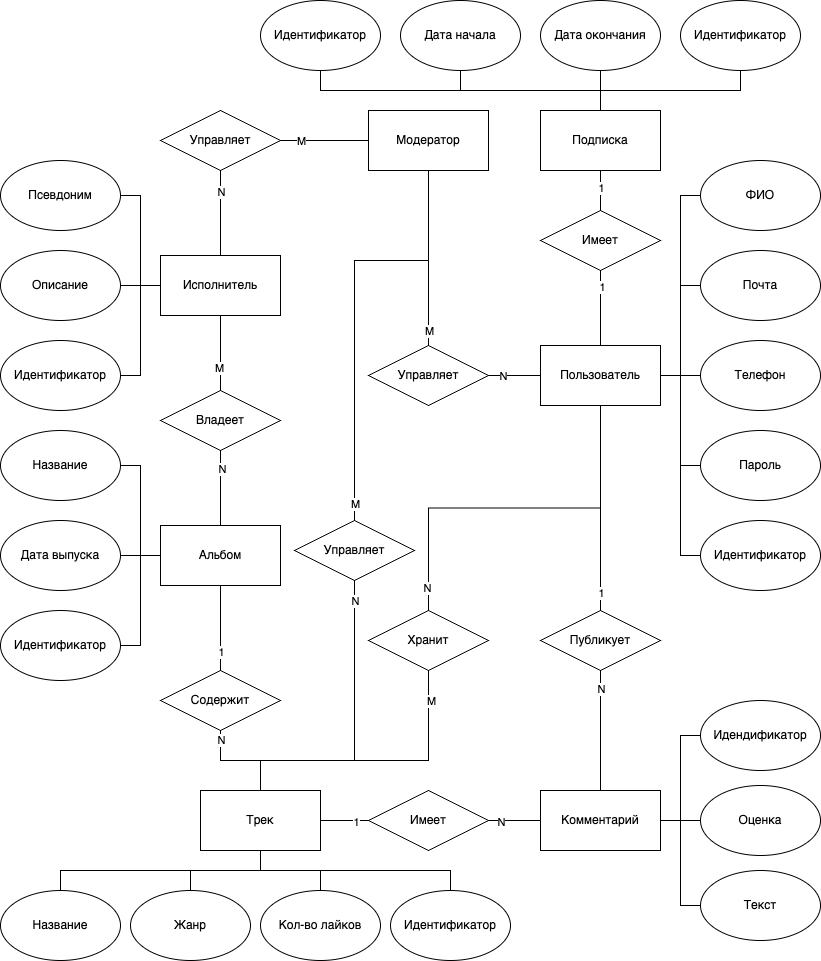
hanoys/sigma-music keeps this draw.io diagram as pics/er.png. Above is the earlier version. Source tidied: cells renumbered, new cells last; positions are measured from the earlier drawing's top-left corner, leaving out a move shared by most shapes.
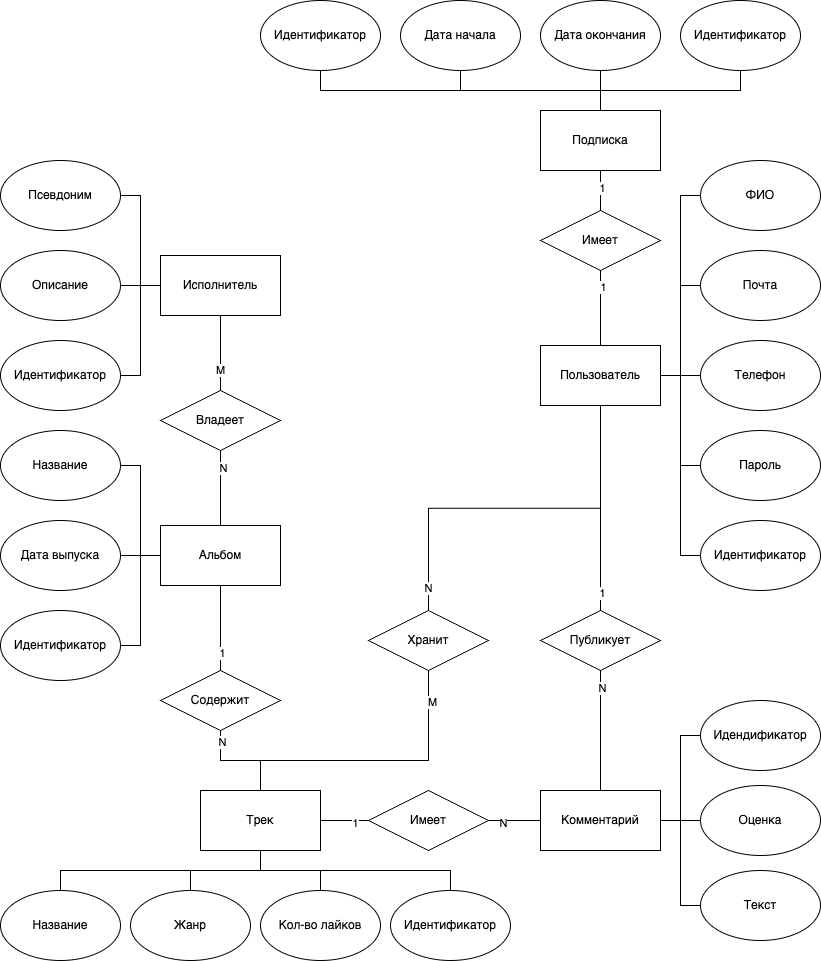
After the commit.

The edit, as a diff of the source:
```diff
@@ -20,21 +20,21 @@
     <mxCell id="7" style="edgeStyle=orthogonalEdgeStyle;rounded=0;jettySize=auto;html=1;exitX=0.5;exitY=0;exitDx=0;exitDy=0;entryX=0.5;entryY=1;entryDx=0;entryDy=0;endArrow=none;endFill=0;" parent="1" edge="1" source="13" target="64">
       <mxGeometry relative="1" as="geometry" />
     </mxCell>
-    <mxCell id="8" value="1" style="edgeLabel;html=1;align=center;verticalAlign=middle;" parent="7" vertex="1">
-      <mxGeometry x="0.57" y="-1" relative="1" as="geometry" />
-    </mxCell>
+    <mxCell id="98" value="1" style="edgeLabel;html=1;align=center;verticalAlign=middle;" parent="7" vertex="1">
+      <mxGeometry x="0.57" y="-1" relative="1" as="geometry" />
+    </mxCell>
     <mxCell id="9" style="edgeStyle=orthogonalEdgeStyle;rounded=0;jettySize=auto;html=1;exitX=0.5;exitY=1;exitDx=0;exitDy=0;entryX=0.5;entryY=0;entryDx=0;entryDy=0;endArrow=none;endFill=0;" parent="1" edge="1" source="13" target="67">
       <mxGeometry relative="1" as="geometry" />
     </mxCell>
-    <mxCell id="10" value="N" style="edgeLabel;html=1;align=center;verticalAlign=middle;" parent="9" vertex="1">
-      <mxGeometry x="0.88" y="-2" relative="1" as="geometry" />
-    </mxCell>
+    <mxCell id="99" value="N" style="edgeLabel;html=1;align=center;verticalAlign=middle;" parent="9" vertex="1">
+      <mxGeometry x="0.88" y="-2" relative="1" as="geometry" />
+    </mxCell>
     <mxCell id="11" style="edgeStyle=orthogonalEdgeStyle;rounded=0;jettySize=auto;html=1;exitX=0.5;exitY=1;exitDx=0;exitDy=0;entryX=0.5;entryY=0;entryDx=0;entryDy=0;endArrow=none;endFill=0;" parent="1" edge="1" source="13" target="97">
       <mxGeometry relative="1" as="geometry" />
     </mxCell>
-    <mxCell id="12" value="1" style="edgeLabel;html=1;align=center;verticalAlign=middle;" parent="11" vertex="1">
-      <mxGeometry x="0.82" relative="1" as="geometry" />
-    </mxCell>
+    <mxCell id="100" value="1" style="edgeLabel;html=1;align=center;verticalAlign=middle;" parent="11" vertex="1">
+      <mxGeometry x="0.82" relative="1" as="geometry" />
+    </mxCell>
     <mxCell id="13" value="Пользователь" style="rounded=0;whiteSpace=wrap;html=1;" parent="1" vertex="1">
       <mxGeometry x="540" y="345" width="120" height="60" as="geometry" />
     </mxCell>
@@ -65,9 +65,9 @@
     <mxCell id="22" style="edgeStyle=orthogonalEdgeStyle;rounded=0;jettySize=auto;html=1;exitX=1;exitY=0.5;exitDx=0;exitDy=0;entryX=0;entryY=0.5;entryDx=0;entryDy=0;endArrow=none;endFill=0;" parent="1" edge="1" source="24" target="87">
       <mxGeometry relative="1" as="geometry" />
     </mxCell>
-    <mxCell id="23" value="1" style="edgeLabel;html=1;align=center;verticalAlign=middle;" parent="22" vertex="1">
-      <mxGeometry x="0.44" y="-1" relative="1" as="geometry" />
-    </mxCell>
+    <mxCell id="101" value="1" style="edgeLabel;html=1;align=center;verticalAlign=middle;" parent="22" vertex="1">
+      <mxGeometry x="0.44" y="-1" relative="1" as="geometry" />
+    </mxCell>
     <mxCell id="24" value="Трек" style="rounded=0;whiteSpace=wrap;html=1;" parent="1" vertex="1">
       <mxGeometry x="200" y="790" width="120" height="60" as="geometry" />
     </mxCell>
@@ -92,9 +92,9 @@
     <mxCell id="31" style="edgeStyle=orthogonalEdgeStyle;rounded=0;jettySize=auto;html=1;exitX=0.5;exitY=1;exitDx=0;exitDy=0;entryX=0.5;entryY=0;entryDx=0;entryDy=0;endArrow=none;endFill=0;" parent="1" edge="1" source="33" target="50">
       <mxGeometry relative="1" as="geometry" />
     </mxCell>
-    <mxCell id="32" value="M" style="edgeLabel;html=1;align=center;verticalAlign=middle;" parent="31" vertex="1">
-      <mxGeometry x="0.39" y="-2" relative="1" as="geometry" />
-    </mxCell>
+    <mxCell id="102" value="M" style="edgeLabel;html=1;align=center;verticalAlign=middle;" parent="31" vertex="1">
+      <mxGeometry x="0.39" y="-2" relative="1" as="geometry" />
+    </mxCell>
     <mxCell id="33" value="Исполнитель" style="rounded=0;whiteSpace=wrap;html=1;" parent="1" vertex="1">
       <mxGeometry x="160" y="255" width="120" height="60" as="geometry" />
     </mxCell>
@@ -116,9 +116,9 @@
     <mxCell id="39" style="edgeStyle=orthogonalEdgeStyle;rounded=0;jettySize=auto;html=1;exitX=0.5;exitY=1;exitDx=0;exitDy=0;entryX=0.5;entryY=0;entryDx=0;entryDy=0;endArrow=none;endFill=0;" parent="1" edge="1" source="41" target="53">
       <mxGeometry relative="1" as="geometry" />
     </mxCell>
-    <mxCell id="40" value="1" style="edgeLabel;html=1;align=center;verticalAlign=middle;" parent="39" vertex="1">
-      <mxGeometry x="0.55" relative="1" as="geometry" />
-    </mxCell>
+    <mxCell id="103" value="1" style="edgeLabel;html=1;align=center;verticalAlign=middle;" parent="39" vertex="1">
+      <mxGeometry x="0.55" relative="1" as="geometry" />
+    </mxCell>
     <mxCell id="41" value="Альбом" style="rounded=0;whiteSpace=wrap;html=1;" parent="1" vertex="1">
       <mxGeometry x="160" y="525" width="120" height="60" as="geometry" />
     </mxCell>
@@ -143,18 +143,18 @@
     <mxCell id="48" style="edgeStyle=orthogonalEdgeStyle;rounded=0;jettySize=auto;html=1;exitX=0.5;exitY=1;exitDx=0;exitDy=0;entryX=0.5;entryY=0;entryDx=0;entryDy=0;endArrow=none;endFill=0;" parent="1" edge="1" source="50" target="41">
       <mxGeometry relative="1" as="geometry" />
     </mxCell>
-    <mxCell id="49" value="N" style="edgeLabel;html=1;align=center;verticalAlign=middle;" parent="48" vertex="1">
-      <mxGeometry x="-0.52" y="1" relative="1" as="geometry" />
-    </mxCell>
+    <mxCell id="104" value="N" style="edgeLabel;html=1;align=center;verticalAlign=middle;" parent="48" vertex="1">
+      <mxGeometry x="-0.52" y="1" relative="1" as="geometry" />
+    </mxCell>
     <mxCell id="50" value="Владеет" style="rhombus;whiteSpace=wrap;html=1;" parent="1" vertex="1">
       <mxGeometry x="160" y="390" width="120" height="60" as="geometry" />
     </mxCell>
     <mxCell id="51" style="edgeStyle=orthogonalEdgeStyle;rounded=0;jettySize=auto;html=1;exitX=0.5;exitY=1;exitDx=0;exitDy=0;entryX=0.5;entryY=0;entryDx=0;entryDy=0;endArrow=none;endFill=0;" parent="1" edge="1" source="53" target="24">
       <mxGeometry relative="1" as="geometry" />
     </mxCell>
-    <mxCell id="52" value="N" style="edgeLabel;html=1;align=center;verticalAlign=middle;" parent="51" vertex="1">
-      <mxGeometry x="-0.82" relative="1" as="geometry" />
-    </mxCell>
+    <mxCell id="105" value="N" style="edgeLabel;html=1;align=center;verticalAlign=middle;" parent="51" vertex="1">
+      <mxGeometry x="-0.82" relative="1" as="geometry" />
+    </mxCell>
     <mxCell id="53" value="Содержит" style="rhombus;whiteSpace=wrap;html=1;" parent="1" vertex="1">
       <mxGeometry x="160" y="670" width="120" height="60" as="geometry" />
     </mxCell>
@@ -185,9 +185,9 @@
     <mxCell id="62" style="edgeStyle=orthogonalEdgeStyle;rounded=0;jettySize=auto;html=1;exitX=0.5;exitY=0;exitDx=0;exitDy=0;entryX=0.5;entryY=1;entryDx=0;entryDy=0;endArrow=none;endFill=0;" parent="1" edge="1" source="64" target="58">
       <mxGeometry relative="1" as="geometry" />
     </mxCell>
-    <mxCell id="63" value="1" style="edgeLabel;html=1;align=center;verticalAlign=middle;" parent="62" vertex="1">
-      <mxGeometry x="0.17" relative="1" as="geometry" />
-    </mxCell>
+    <mxCell id="106" value="1" style="edgeLabel;html=1;align=center;verticalAlign=middle;" parent="62" vertex="1">
+      <mxGeometry x="0.17" relative="1" as="geometry" />
+    </mxCell>
     <mxCell id="64" value="Имеет" style="rhombus;whiteSpace=wrap;html=1;" parent="1" vertex="1">
       <mxGeometry x="540" y="210" width="120" height="60" as="geometry" />
     </mxCell>
@@ -199,79 +199,21 @@
         </Array>
       </mxGeometry>
     </mxCell>
-    <mxCell id="66" value="M" style="edgeLabel;html=1;align=center;verticalAlign=middle;" parent="65" vertex="1">
-      <mxGeometry x="-0.79" y="2" relative="1" as="geometry" />
-    </mxCell>
+    <mxCell id="107" value="M" style="edgeLabel;html=1;align=center;verticalAlign=middle;" parent="65" vertex="1">
+      <mxGeometry x="-0.79" y="2" relative="1" as="geometry" />
+    </mxCell>
     <mxCell id="67" value="Хранит" style="rhombus;whiteSpace=wrap;html=1;" parent="1" vertex="1">
       <mxGeometry x="368" y="610" width="120" height="60" as="geometry" />
     </mxCell>
-    <mxCell id="68" style="edgeStyle=orthogonalEdgeStyle;rounded=0;jettySize=auto;html=1;endArrow=none;endFill=0;" parent="1" edge="1" source="74" target="77">
-      <mxGeometry relative="1" as="geometry" />
-    </mxCell>
-    <mxCell id="69" value="M" style="edgeLabel;html=1;align=center;verticalAlign=middle;" parent="68" vertex="1">
-      <mxGeometry x="0.55" relative="1" as="geometry" />
-    </mxCell>
-    <mxCell id="70" style="edgeStyle=orthogonalEdgeStyle;rounded=0;jettySize=auto;html=1;exitX=0.5;exitY=1;exitDx=0;exitDy=0;endArrow=none;endFill=0;" parent="1" edge="1" source="74" target="83">
-      <mxGeometry relative="1" as="geometry" />
-    </mxCell>
-    <mxCell id="71" value="M" style="edgeLabel;html=1;align=center;verticalAlign=middle;" parent="70" vertex="1">
-      <mxGeometry x="0.83" relative="1" as="geometry" />
-    </mxCell>
-    <mxCell id="72" style="edgeStyle=orthogonalEdgeStyle;rounded=0;jettySize=auto;html=1;exitX=0.5;exitY=1;exitDx=0;exitDy=0;entryX=0.5;entryY=0;entryDx=0;entryDy=0;endArrow=none;endFill=0;" parent="1" edge="1" source="74" target="80">
-      <mxGeometry relative="1" as="geometry">
-        <Array as="points">
-          <mxPoint x="428" y="260" />
-          <mxPoint x="354" y="260" />
-        </Array>
-      </mxGeometry>
-    </mxCell>
-    <mxCell id="73" value="M" style="edgeLabel;html=1;align=center;verticalAlign=middle;" parent="72" vertex="1">
-      <mxGeometry x="0.92" relative="1" as="geometry" />
-    </mxCell>
-    <mxCell id="74" value="Модератор" style="rounded=0;whiteSpace=wrap;html=1;" parent="1" vertex="1">
-      <mxGeometry x="368" y="110" width="120" height="60" as="geometry" />
-    </mxCell>
-    <mxCell id="75" style="edgeStyle=orthogonalEdgeStyle;rounded=0;jettySize=auto;html=1;exitX=0.5;exitY=1;exitDx=0;exitDy=0;entryX=0.5;entryY=0;entryDx=0;entryDy=0;endArrow=none;endFill=0;" parent="1" edge="1" source="77" target="33">
-      <mxGeometry relative="1" as="geometry" />
-    </mxCell>
-    <mxCell id="76" value="N" style="edgeLabel;html=1;align=center;verticalAlign=middle;" parent="75" vertex="1">
-      <mxGeometry x="-0.51" relative="1" as="geometry" />
-    </mxCell>
-    <mxCell id="77" value="Управляет" style="rhombus;whiteSpace=wrap;html=1;" parent="1" vertex="1">
-      <mxGeometry x="160" y="110" width="120" height="60" as="geometry" />
-    </mxCell>
-    <mxCell id="78" style="edgeStyle=orthogonalEdgeStyle;rounded=0;jettySize=auto;html=1;exitX=0.5;exitY=1;exitDx=0;exitDy=0;endArrow=none;endFill=0;" parent="1" edge="1" source="80" target="24">
-      <mxGeometry relative="1" as="geometry">
-        <Array as="points">
-          <mxPoint x="354" y="760" />
-          <mxPoint x="260" y="760" />
-        </Array>
-      </mxGeometry>
-    </mxCell>
-    <mxCell id="79" value="N" style="edgeLabel;html=1;align=center;verticalAlign=middle;" parent="78" vertex="1">
-      <mxGeometry x="-0.87" relative="1" as="geometry" />
-    </mxCell>
-    <mxCell id="80" value="Управляет" style="rhombus;whiteSpace=wrap;html=1;" parent="1" vertex="1">
-      <mxGeometry x="294" y="520" width="120" height="60" as="geometry" />
-    </mxCell>
-    <mxCell id="81" style="edgeStyle=orthogonalEdgeStyle;rounded=0;jettySize=auto;html=1;exitX=1;exitY=0.5;exitDx=0;exitDy=0;entryX=0;entryY=0.5;entryDx=0;entryDy=0;endArrow=none;endFill=0;" parent="1" edge="1" source="83" target="13">
-      <mxGeometry relative="1" as="geometry" />
-    </mxCell>
-    <mxCell id="82" value="N" style="edgeLabel;html=1;align=center;verticalAlign=middle;" parent="81" vertex="1">
-      <mxGeometry x="-0.46" relative="1" as="geometry" />
-    </mxCell>
-    <mxCell id="83" value="Управляет" style="rhombus;whiteSpace=wrap;html=1;" parent="1" vertex="1">
-      <mxGeometry x="368" y="345" width="120" height="60" as="geometry" />
-    </mxCell>
     <mxCell id="84" value="Идентификатор" style="ellipse;whiteSpace=wrap;html=1;" parent="1" vertex="1">
       <mxGeometry x="260" width="120" height="70" as="geometry" />
     </mxCell>
     <mxCell id="85" style="edgeStyle=orthogonalEdgeStyle;rounded=0;jettySize=auto;html=1;exitX=1;exitY=0.5;exitDx=0;exitDy=0;entryX=0;entryY=0.5;entryDx=0;entryDy=0;endArrow=none;endFill=0;" parent="1" edge="1" source="87" target="91">
       <mxGeometry relative="1" as="geometry" />
     </mxCell>
-    <mxCell id="86" value="N" style="edgeLabel;html=1;align=center;verticalAlign=middle;" parent="85" vertex="1">
-      <mxGeometry x="-0.54" y="-1" relative="1" as="geometry" />
-    </mxCell>
+    <mxCell id="108" value="N" style="edgeLabel;html=1;align=center;verticalAlign=middle;" parent="85" vertex="1">
+      <mxGeometry x="-0.54" y="-1" relative="1" as="geometry" />
+    </mxCell>
     <mxCell id="87" value="Имеет" style="rhombus;whiteSpace=wrap;html=1;" parent="1" vertex="1">
       <mxGeometry x="368" y="790" width="120" height="60" as="geometry" />
     </mxCell>
@@ -299,9 +241,9 @@
     <mxCell id="95" style="edgeStyle=orthogonalEdgeStyle;rounded=0;jettySize=auto;html=1;exitX=0.5;exitY=1;exitDx=0;exitDy=0;entryX=0.5;entryY=0;entryDx=0;entryDy=0;endArrow=none;endFill=0;" parent="1" edge="1" source="97" target="91">
       <mxGeometry relative="1" as="geometry" />
     </mxCell>
-    <mxCell id="96" value="N" style="edgeLabel;html=1;align=center;verticalAlign=middle;" parent="95" vertex="1">
-      <mxGeometry x="-0.7" relative="1" as="geometry" />
-    </mxCell>
+    <mxCell id="109" value="N" style="edgeLabel;html=1;align=center;verticalAlign=middle;" parent="95" vertex="1">
+      <mxGeometry x="-0.7" relative="1" as="geometry" />
+    </mxCell>
     <mxCell id="97" value="Публикует" style="rhombus;whiteSpace=wrap;html=1;" parent="1" vertex="1">
       <mxGeometry x="540" y="610" width="120" height="60" as="geometry" />
     </mxCell>
```
